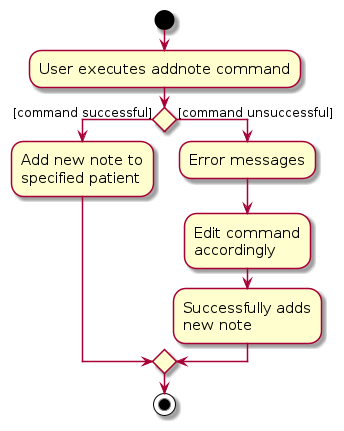
This is diagrams/AddNoteCommandActivityDiagram.png from AY2324S2-CS2103T-F14-2/tp, a PlantUML export, as it was before one commit. Its source is kept beside it as diagrams/AddNoteCommandActivityDiagram.puml. The source it was exported from:
```plantuml
@startuml
skin rose
skinparam ActivityFontSize 15
skinparam ArrowFontSize 12
start
:User executes addnote command;


if () then ([command successful])
    :Add new note to
    specified patient;
else ([command unsuccessful])
    :Error messages;
    :Edit command
    accordingly;
    :Successfully adds
    new note;
endif
stop
@enduml
```
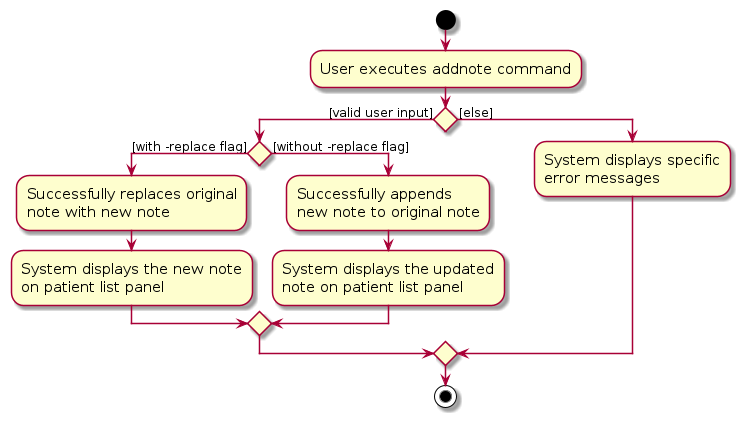
Above is the later version.

What changed in the source:
```diff
@@ -6,15 +6,21 @@
 :User executes addnote command;
 
 
-if () then ([command successful])
-    :Add new note to
-    specified patient;
-else ([command unsuccessful])
-    :Error messages;
-    :Edit command
-    accordingly;
-    :Successfully adds
-    new note;
+if () then ([valid user input])
+    if () then ([with -replace flag])
+        :Successfully replaces original
+        note with new note;
+        :System displays the new note
+        on patient list panel;
+    else ([without -replace flag])
+        :Successfully appends
+        new note to original note;
+        :System displays the updated
+        note on patient list panel;
+    endif
+else ([else])
+    :System displays specific
+    error messages;
 endif
 stop
 @enduml
```
